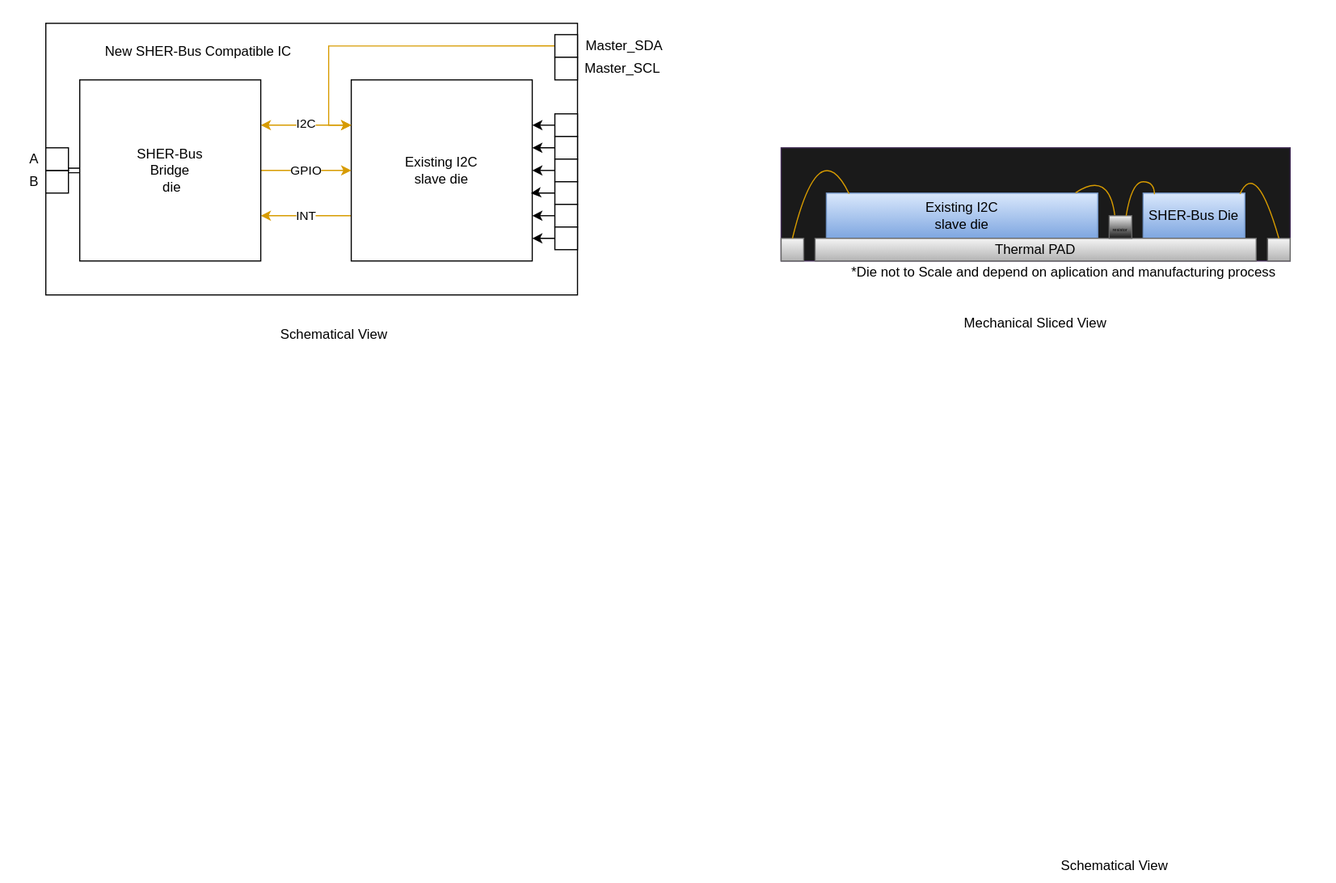
Before: Intergrated_bridge.svg, a diagram exported from draw.io (cdg66/BUS_figures). Source tidied: cells renumbered, new cells last; positions are measured from the earlier drawing's top-left corner, leaving out a move shared by most shapes.
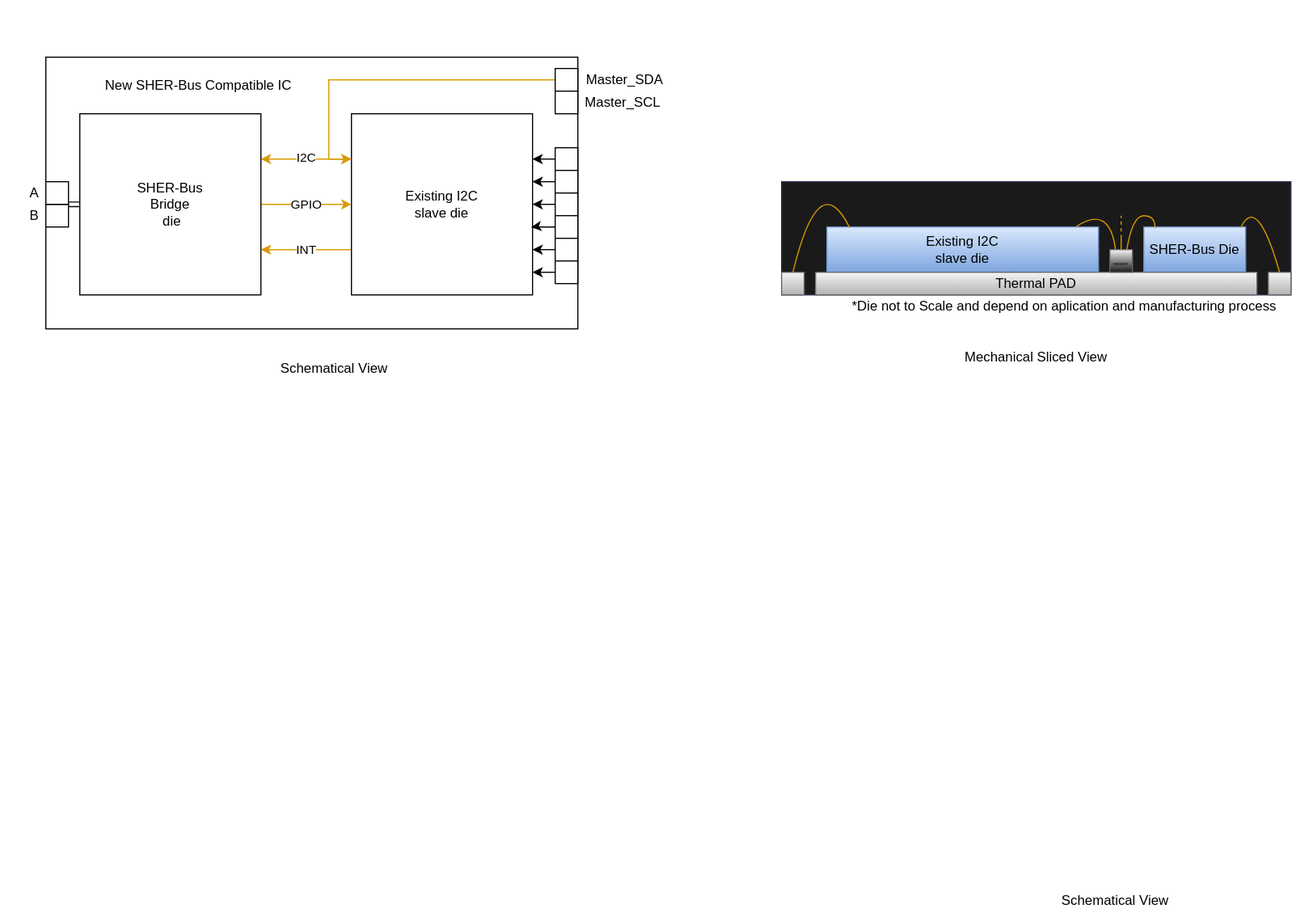
The same file after the commit.

Change to the diagram source:
```diff
@@ -3,7 +3,7 @@
     <mxCell id="0" />
     <mxCell id="1" parent="0" />
     <mxCell id="2" style="rounded=0;whiteSpace=wrap;html=1;strokeColor=none;" parent="1" vertex="1">
-      <mxGeometry x="20" width="1160" height="340" as="geometry" />
+      <mxGeometry y="-30" width="1160" height="340" as="geometry" />
     </mxCell>
     <mxCell id="3" style="rounded=0;whiteSpace=wrap;html=1;fillColor=#1A1A1A;strokeColor=#432D57;fontColor=#ffffff;" parent="1" vertex="1">
       <mxGeometry x="690" y="130" width="450" height="100" as="geometry" />
@@ -160,5 +160,16 @@
     <mxCell id="47" value="Mechanical Sliced View" style="text;html=1;strokeColor=none;fillColor=none;align=center;verticalAlign=middle;whiteSpace=wrap;rounded=0;" parent="1" vertex="1">
       <mxGeometry x="850" y="270" width="130" height="30" as="geometry" />
     </mxCell>
+    <mxCell id="48" style="endArrow=none;html=1;rounded=0;fillColor=#ffcd28;gradientColor=#ffa500;strokeColor=#d79b00;exitX=0.5;exitY=0;exitDx=0;exitDy=0;" parent="1" edge="1" source="43">
+      <mxGeometry relative="1" as="geometry">
+        <mxPoint x="990" y="180" as="targetPoint" />
+      </mxGeometry>
+    </mxCell>
+    <mxCell id="49" style="endArrow=none;dashed=1;html=1;rounded=0;fillColor=#ffcd28;gradientColor=#ffa500;strokeColor=#d79b00;" parent="1" edge="1">
+      <mxGeometry relative="1" as="geometry">
+        <mxPoint x="990" y="180" as="sourcePoint" />
+        <mxPoint x="990" y="160" as="targetPoint" />
+      </mxGeometry>
+    </mxCell>
   </root>
 </mxGraphModel>
```
